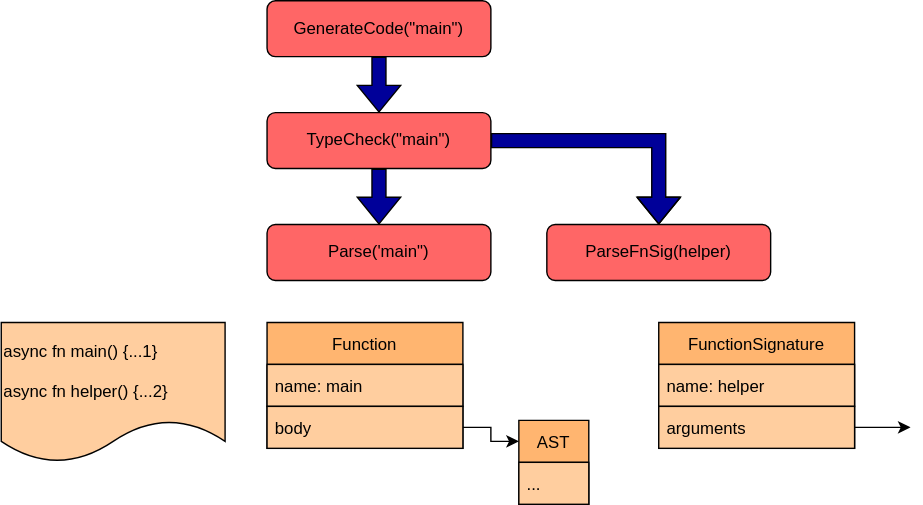
Before: content/images/Salsa-2.drawio.svg, a diagram exported from draw.io (nikomatsakis/plmw-2022). Source tidied: cells renumbered, new cells last; positions are measured from the earlier drawing's top-left corner, leaving out a move shared by most shapes.
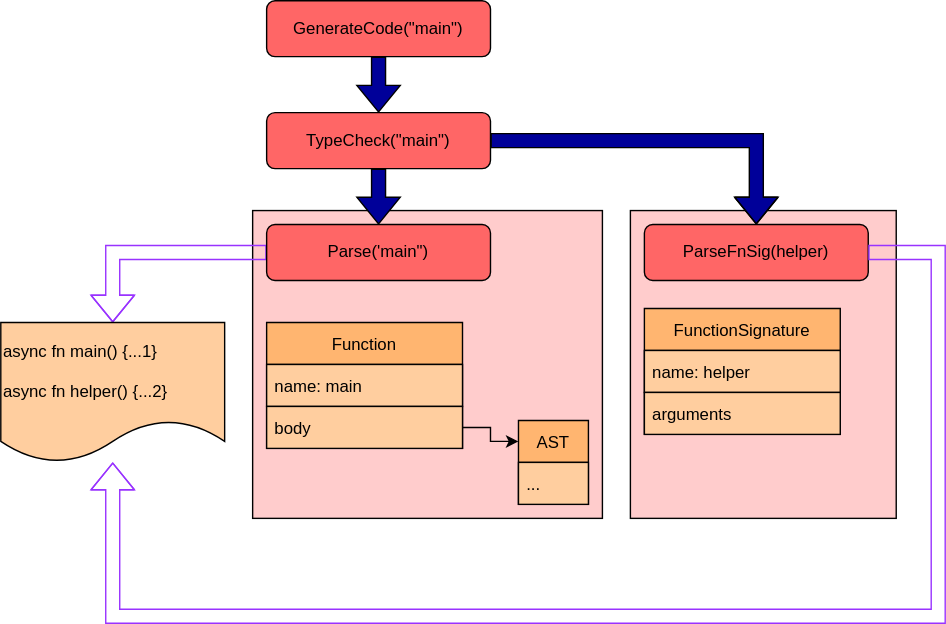
The same file after the commit.

Commit message:
Extend to better show incremental

The edit, as a diff of the source:
```diff
@@ -2,17 +2,26 @@
   <root>
     <mxCell id="0" />
     <mxCell id="1" parent="0" />
+    <mxCell id="20" style="rounded=0;whiteSpace=wrap;html=1;fillColor=#FFCCCC;shadow=0;" parent="1" vertex="1">
+      <mxGeometry x="450" y="150" width="190" height="220" as="geometry" />
+    </mxCell>
+    <mxCell id="21" style="rounded=0;whiteSpace=wrap;html=1;fillColor=#FFCCCC;shadow=0;" parent="1" vertex="1">
+      <mxGeometry x="180" y="150" width="250" height="220" as="geometry" />
+    </mxCell>
     <mxCell id="2" value="GenerateCode(&quot;main&quot;)" style="rounded=1;whiteSpace=wrap;html=1;align=center;fillColor=#FF6666;" parent="1" vertex="1">
       <mxGeometry x="190" width="160" height="40" as="geometry" />
     </mxCell>
     <mxCell id="3" value="TypeCheck(&quot;main&quot;)" style="rounded=1;whiteSpace=wrap;html=1;align=center;fillColor=#FF6666;" parent="1" vertex="1">
       <mxGeometry x="190" y="80" width="160" height="40" as="geometry" />
     </mxCell>
+    <mxCell id="22" style="edgeStyle=orthogonalEdgeStyle;rounded=0;jettySize=auto;html=1;strokeColor=#9933FF;shape=flexArrow;" parent="1" edge="1" source="4" target="19">
+      <mxGeometry relative="1" as="geometry" />
+    </mxCell>
     <mxCell id="4" value="Parse('main&quot;)" style="rounded=1;whiteSpace=wrap;html=1;align=center;fillColor=#FF6666;" parent="1" vertex="1">
       <mxGeometry x="190" y="160" width="160" height="40" as="geometry" />
     </mxCell>
     <mxCell id="5" value="ParseFnSig(helper)" style="rounded=1;whiteSpace=wrap;html=1;align=center;fillColor=#FF6666;" parent="1" vertex="1">
-      <mxGeometry x="390" y="160" width="160" height="40" as="geometry" />
+      <mxGeometry x="460" y="160" width="160" height="40" as="geometry" />
     </mxCell>
     <mxCell id="6" style="edgeStyle=orthogonalEdgeStyle;rounded=0;jettySize=auto;html=1;shape=flexArrow;fillColor=#000099;exitX=0.5;exitY=1;exitDx=0;exitDy=0;" parent="1" edge="1" source="2" target="3">
       <mxGeometry relative="1" as="geometry" />
@@ -44,7 +53,7 @@
       <mxGeometry relative="1" as="geometry" />
     </mxCell>
     <mxCell id="15" value="FunctionSignature" style="swimlane;fontStyle=0;horizontal=1;startSize=30;align=center;strokeColor=#000000;fillColor=#FFB570;" parent="1" vertex="1">
-      <mxGeometry x="470" y="230" width="140" height="90" as="geometry" />
+      <mxGeometry x="460" y="220" width="140" height="90" as="geometry" />
     </mxCell>
     <mxCell id="16" value="name: helper" style="text;strokeColor=#000000;fillColor=#FFCE9F;align=left;verticalAlign=middle;spacingLeft=4;spacingRight=4;overflow=hidden;" parent="15" vertex="1">
       <mxGeometry y="30" width="140" height="30" as="geometry" />
@@ -52,13 +61,17 @@
     <mxCell id="17" value="arguments" style="text;strokeColor=#000000;fillColor=#FFCE9F;align=left;verticalAlign=middle;spacingLeft=4;spacingRight=4;overflow=hidden;points=[[0,0.5],[1,0.5]];portConstraint=eastwest;" parent="15" vertex="1">
       <mxGeometry y="60" width="140" height="30" as="geometry" />
     </mxCell>
-    <mxCell id="18" style="edgeStyle=orthogonalEdgeStyle;rounded=0;jettySize=auto;html=1;" parent="1" edge="1" source="17">
-      <mxGeometry relative="1" as="geometry">
-        <mxPoint x="650" y="305" as="targetPoint" />
-      </mxGeometry>
-    </mxCell>
     <mxCell id="19" value="&lt;div align=&quot;left&quot;&gt;async fn main() {...1}&lt;/div&gt;&lt;div align=&quot;left&quot;&gt;&lt;br&gt;&lt;/div&gt;&lt;div align=&quot;left&quot;&gt;async fn helper() {...2}&lt;br&gt;&lt;/div&gt;" style="shape=document;whiteSpace=wrap;html=1;boundedLbl=1;align=left;fillColor=#FFCE9F;" parent="1" vertex="1">
       <mxGeometry y="230" width="160" height="100" as="geometry" />
     </mxCell>
+    <mxCell id="23" style="edgeStyle=orthogonalEdgeStyle;rounded=0;jettySize=auto;html=1;strokeColor=#9933FF;shape=flexArrow;exitX=1;exitY=0.5;exitDx=0;exitDy=0;" parent="1" edge="1" source="5" target="19">
+      <mxGeometry relative="1" as="geometry">
+        <Array as="points">
+          <mxPoint x="670" y="180" />
+          <mxPoint x="670" y="440" />
+          <mxPoint x="80" y="440" />
+        </Array>
+      </mxGeometry>
+    </mxCell>
   </root>
 </mxGraphModel>
```
